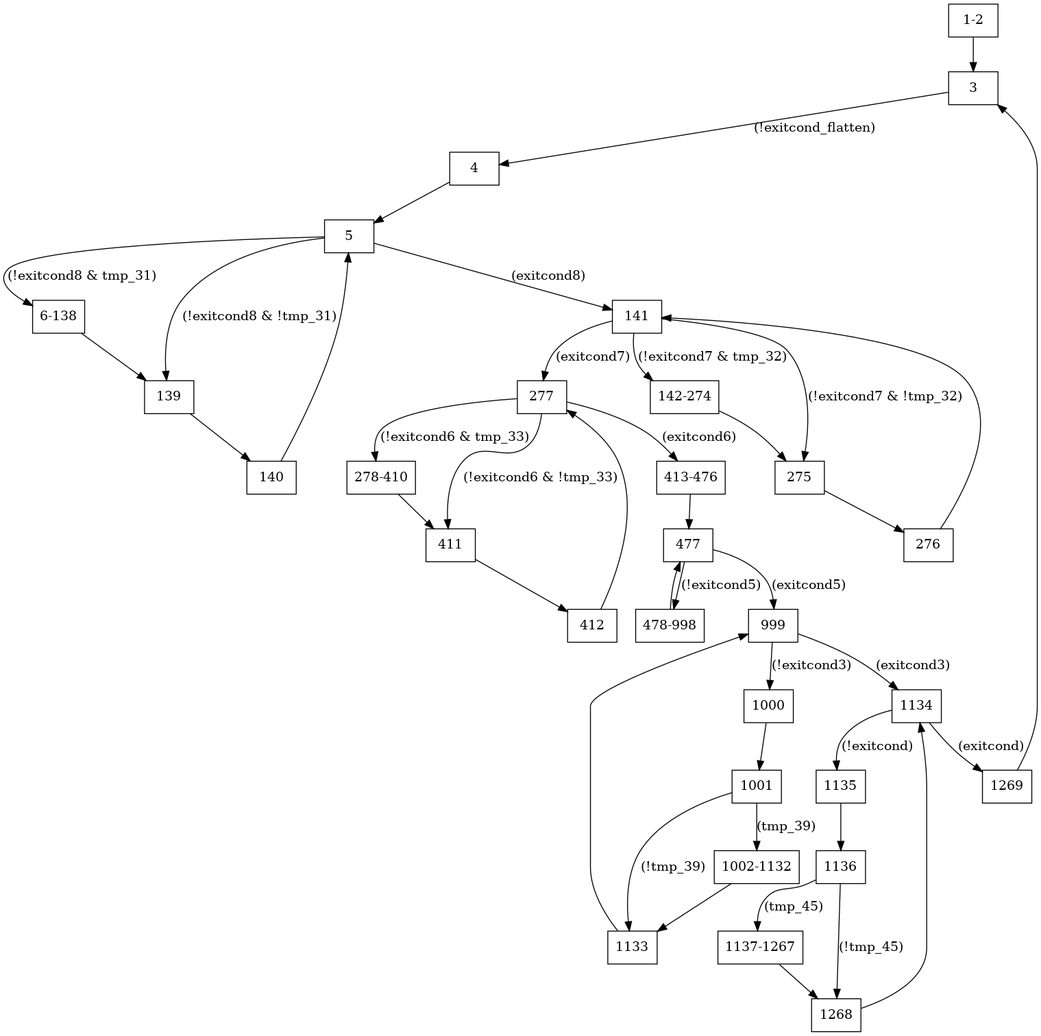
Before: examples/gesummv.png, a diagram exported from Graphviz (comododragon/vivado-fsmgen). Its source is kept beside it as examples/gesummv.dot.
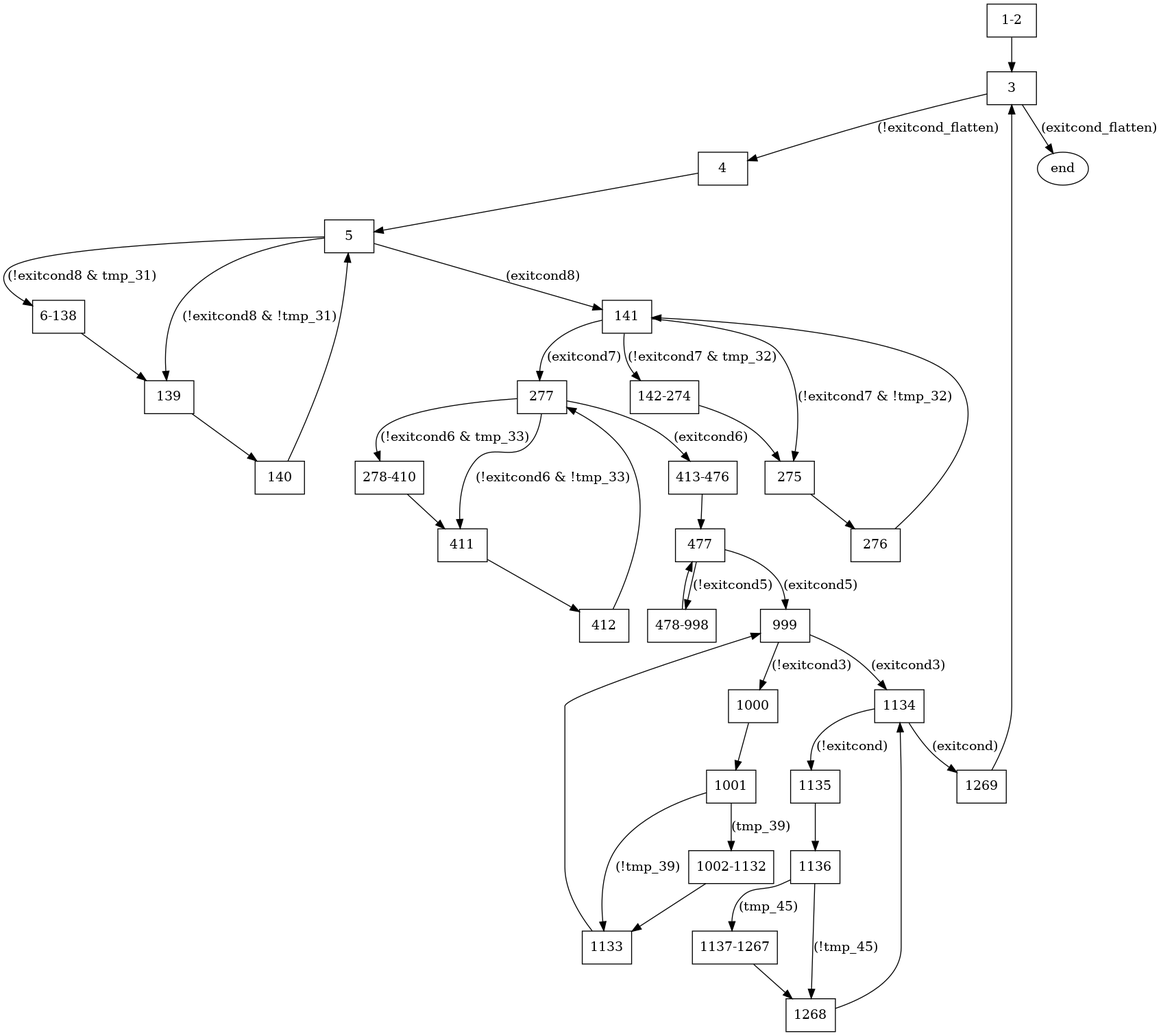
Later version of the same file.

Change to the diagram source:
```diff
@@ -20,6 +20,7 @@
 	n1269 [shape=record,label="1269"];
 	n1136 [shape=record,label="1136"];
 	n1268 [shape=record,label="1268"];
+	n1270 [label="end"];
 	n1to2 [shape=record,label="1-2"];
 	n6to138 [shape=record,label="6-138"];
 	n142to274 [shape=record,label="142-274"];
@@ -29,6 +30,7 @@
 	n1002to1132 [shape=record,label="1002-1132"];
 	n1137to1267 [shape=record,label="1137-1267"];
 	n3 -> n4 [label="(!exitcond_flatten)"];
+	n3 -> n1270 [label="(exitcond_flatten)"];
 	n4 -> n5;
 	n5 -> n139 [label="(!exitcond8 & !tmp_31)"];
 	n5 -> n141 [label="(exitcond8)"];
```
